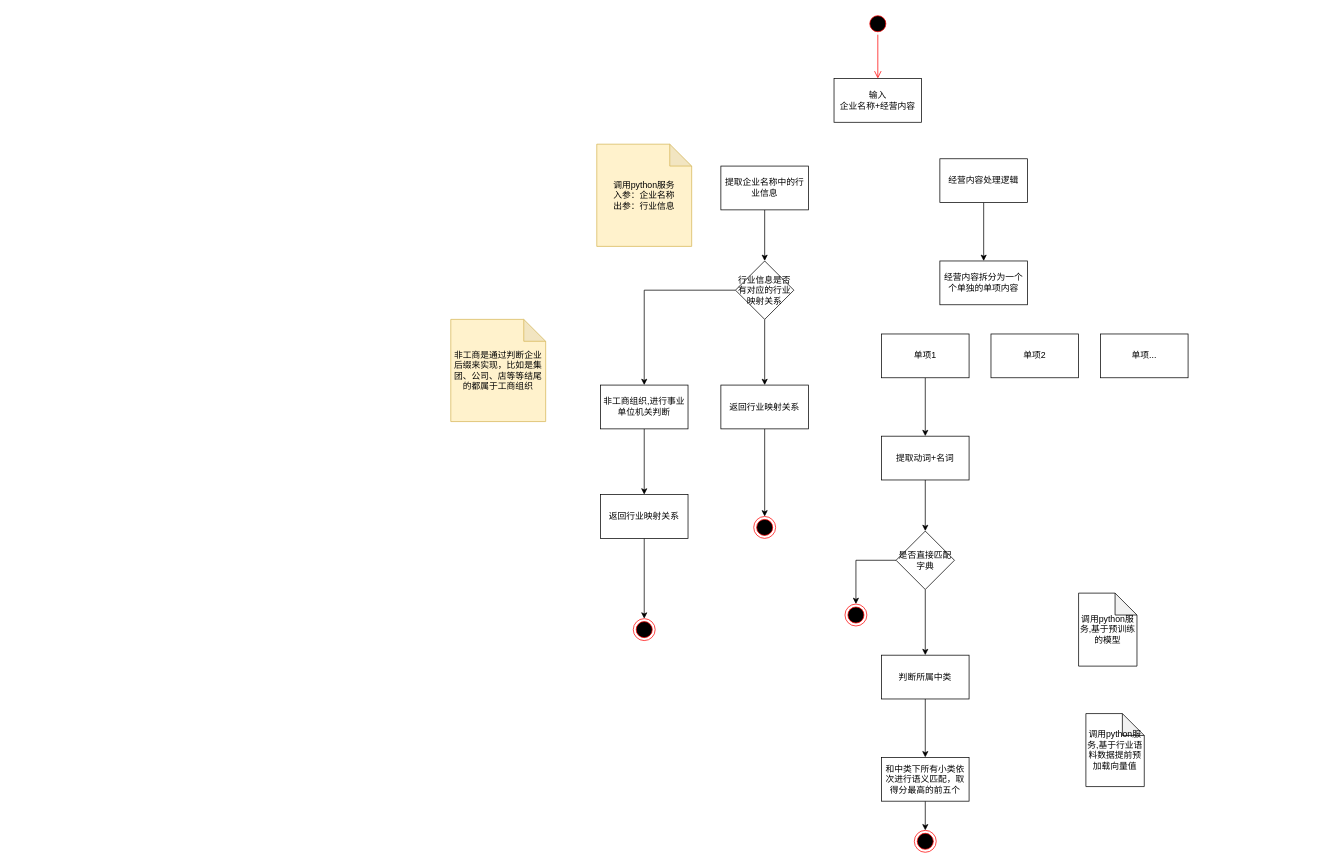
This is 未命名绘图.drawio from n-i-n-g-e-n/drawio, a draw.io file, before an edit. Source tidied: cells renumbered, new cells numbered last; positions are measured from the earlier drawing's top-left corner, leaving out a move shared by most shapes. Both pictures are drawn from the tidied source at 73%, with x=0, y=0 at pixel (450, 12).
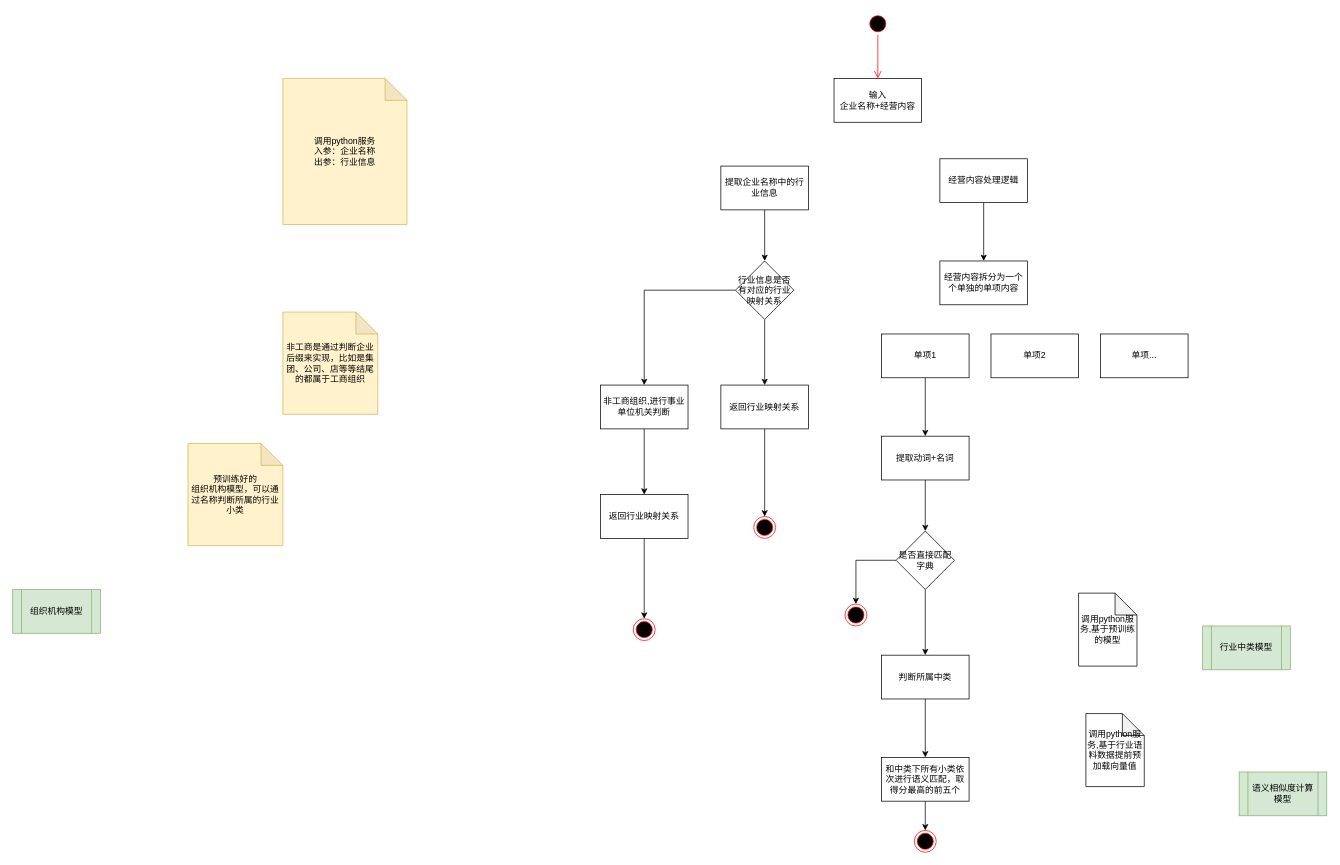
After the change.

Commit message:
更新未命名绘图.drawio

The edit, as a diff of the source:
```diff
@@
     <mxCell id="9" value="调用python服务&lt;div&gt;入参：企业名称&lt;/div&gt;&lt;div&gt;出参：行业信息&lt;/div&gt;" style="shape=note;whiteSpace=wrap;html=1;backgroundOutline=1;darkOpacity=0.05;fillColor=#fff2cc;strokeColor=#d6b656;" parent="1" vertex="1">
-      <mxGeometry x="200" y="180" width="130" height="140" as="geometry" />
+      <mxGeometry x="-230" y="90" width="170" height="200" as="geometry" />
     </mxCell>
@@
     <mxCell id="20" value="非工商是通过判断企业后缀来实现，比如是集团、公司、店等等结尾的都属于工商组织" style="shape=note;whiteSpace=wrap;html=1;backgroundOutline=1;darkOpacity=0.05;fillColor=#fff2cc;strokeColor=#d6b656;" parent="1" vertex="1">
-      <mxGeometry y="420" width="130" height="140" as="geometry" />
+      <mxGeometry x="-230" y="410" width="130" height="140" as="geometry" />
     </mxCell>
@@
+    <mxCell id="40" value="&lt;div&gt;预训练好的&lt;/div&gt;组织机构模型，可以通过名称判断所属的行业小类" style="shape=note;whiteSpace=wrap;html=1;backgroundOutline=1;darkOpacity=0.05;fillColor=#fff2cc;strokeColor=#d6b656;" parent="1" vertex="1">
+      <mxGeometry x="-360" y="590" width="130" height="140" as="geometry" />
+    </mxCell>
+    <mxCell id="41" value="组织机构模型" style="shape=process;whiteSpace=wrap;html=1;backgroundOutline=1;fillColor=#d5e8d4;strokeColor=#82b366;" parent="1" vertex="1">
+      <mxGeometry x="-600" y="790" width="120" height="60" as="geometry" />
+    </mxCell>
+    <mxCell id="42" value="行业中类模型" style="shape=process;whiteSpace=wrap;html=1;backgroundOutline=1;fillColor=#d5e8d4;strokeColor=#82b366;" parent="1" vertex="1">
+      <mxGeometry x="1030" y="840" width="120" height="60" as="geometry" />
+    </mxCell>
+    <mxCell id="43" value="语义相似度计算模型" style="shape=process;whiteSpace=wrap;html=1;backgroundOutline=1;fillColor=#d5e8d4;strokeColor=#82b366;" parent="1" vertex="1">
+      <mxGeometry x="1080" y="1040" width="120" height="60" as="geometry" />
+    </mxCell>
```
